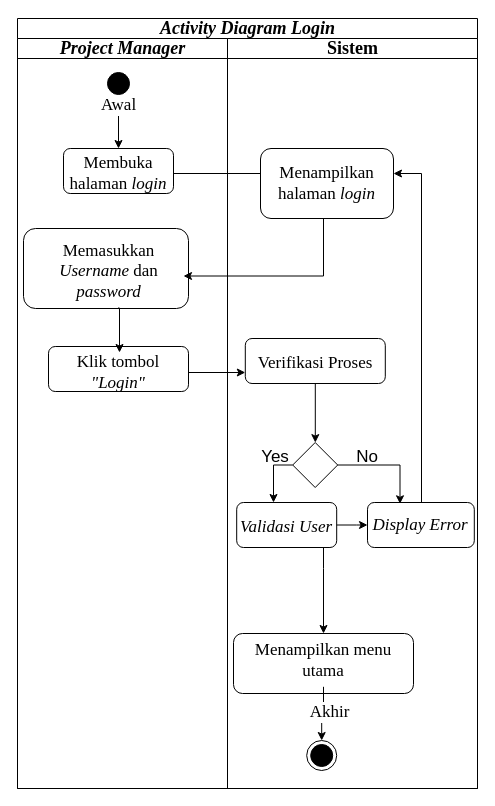
Above: page "Halaman-2" (2 of 17) of Diagram Tanpa Judul.drawio in raldawiyahh/alda-resolusi (draw.io), before the change. Source tidied: cells renumbered, new cells numbered last; positions are measured from the earlier drawing's top-left corner, leaving out a move shared by most shapes. Both pictures are drawn from the tidied source at 100%, with x=0, y=0 at pixel (17, 18).
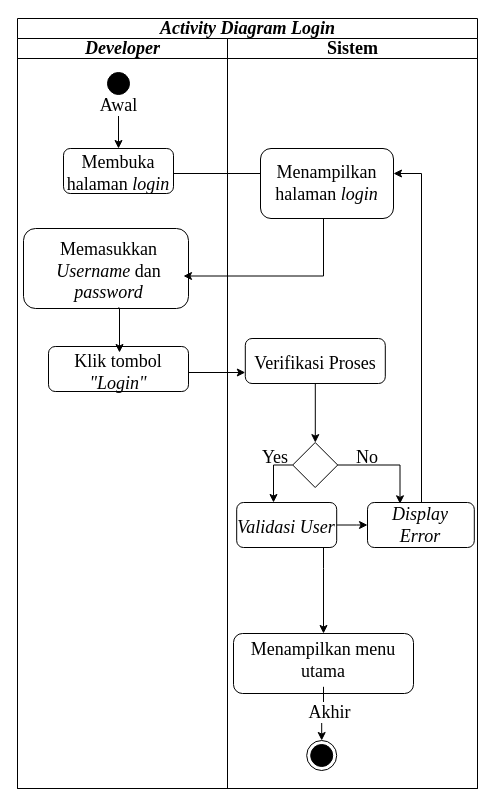
The same page after the edit.

Change to the diagram source:
```diff
@@
-    <mxCell id="2" value="&lt;i style=&quot;&quot;&gt;&lt;font style=&quot;font-size: 18px;&quot;&gt;Activity Diagram Login&lt;/font&gt;&lt;/i&gt;" style="swimlane;startSize=20;html=1;fontSize=16;fontFamily=Times New Roman;" parent="1" vertex="1">
+    <mxCell id="2" value="&lt;i style=&quot;font-size: 18px;&quot;&gt;&lt;font style=&quot;font-size: 18px;&quot;&gt;Activity Diagram Login&lt;/font&gt;&lt;/i&gt;" style="swimlane;startSize=20;html=1;fontSize=18;fontFamily=Times New Roman;" parent="1" vertex="1">
       <mxGeometry width="460" height="770" as="geometry" />
     </mxCell>
-    <mxCell id="3" value="&lt;i style=&quot;&quot;&gt;&lt;font style=&quot;font-size: 18px;&quot;&gt;Project Manager&lt;/font&gt;&lt;br style=&quot;font-size: 15px;&quot;&gt;&lt;/i&gt;" style="swimlane;startSize=20;html=1;fontSize=15;fontFamily=Times New Roman;" parent="2" vertex="1">
+    <mxCell id="3" value="&lt;i style=&quot;font-size: 18px;&quot;&gt;&lt;font style=&quot;font-size: 18px;&quot;&gt;Developer&lt;/font&gt;&lt;br style=&quot;font-size: 18px;&quot;&gt;&lt;/i&gt;" style="swimlane;startSize=20;html=1;fontSize=18;fontFamily=Times New Roman;" parent="2" vertex="1">
       <mxGeometry y="20" width="210" height="750" as="geometry" />
     </mxCell>
-    <mxCell id="4" style="edgeStyle=orthogonalEdgeStyle;rounded=0;jettySize=auto;html=1;entryX=0.5;entryY=0;entryDx=0;entryDy=0;fontSize=17;fontFamily=Times New Roman;" parent="3" edge="1" source="6" target="8">
+    <mxCell id="4" style="edgeStyle=orthogonalEdgeStyle;rounded=0;jettySize=auto;html=1;entryX=0.5;entryY=0;entryDx=0;entryDy=0;fontSize=18;fontFamily=Times New Roman;" parent="3" edge="1" source="6" target="8">
       <mxGeometry relative="1" as="geometry" />
     </mxCell>
-    <mxCell id="5" value="Awal" style="edgeLabel;html=1;align=center;verticalAlign=middle;fontSize=17;fontFamily=Times New Roman;" parent="4" vertex="1">
+    <mxCell id="5" value="Awal" style="edgeLabel;html=1;align=center;verticalAlign=middle;fontSize=18;fontFamily=Times New Roman;" parent="4" vertex="1">
       <mxGeometry x="-0.75" y="-1" relative="1" as="geometry" />
     </mxCell>
-    <mxCell id="6" style="ellipse;html=1;shape=startState;fillColor=#000000;strokeColor=#000000;fontSize=15;fontFamily=Times New Roman;" parent="3" vertex="1">
+    <mxCell id="6" style="ellipse;html=1;shape=startState;fillColor=#000000;strokeColor=#000000;fontSize=18;fontFamily=Times New Roman;" parent="3" vertex="1">
       <mxGeometry x="86" y="30" width="30" height="30" as="geometry" />
     </mxCell>
-    <mxCell id="7" style="group;fontSize=17;fontFamily=Times New Roman;" parent="3" vertex="1">
+    <mxCell id="7" style="group;fontSize=18;fontFamily=Times New Roman;" parent="3" vertex="1">
       <mxGeometry x="46" y="110" width="110" height="45" as="geometry" />
     </mxCell>
-    <mxCell id="8" style="rounded=1;whiteSpace=wrap;html=1;fontSize=17;fontFamily=Times New Roman;" parent="7" vertex="1">
+    <mxCell id="8" style="rounded=1;whiteSpace=wrap;html=1;fontSize=18;fontFamily=Times New Roman;" parent="7" vertex="1">
       <mxGeometry width="110" height="45" as="geometry" />
     </mxCell>
-    <mxCell id="9" value="Membuka halaman &lt;i style=&quot;font-size: 17px;&quot;&gt;login&lt;/i&gt;" style="text;html=1;strokeColor=none;fillColor=none;align=center;verticalAlign=middle;whiteSpace=wrap;rounded=0;fontSize=17;fontFamily=Times New Roman;" parent="7" vertex="1">
+    <mxCell id="9" value="Membuka halaman &lt;i style=&quot;font-size: 18px;&quot;&gt;login&lt;/i&gt;" style="text;html=1;strokeColor=none;fillColor=none;align=center;verticalAlign=middle;whiteSpace=wrap;rounded=0;fontSize=18;fontFamily=Times New Roman;" parent="7" vertex="1">
       <mxGeometry y="5" width="110" height="40" as="geometry" />
     </mxCell>
-    <mxCell id="10" style="group;fontSize=17;fontFamily=Times New Roman;" parent="3" vertex="1">
+    <mxCell id="10" style="group;fontSize=18;fontFamily=Times New Roman;" parent="3" vertex="1">
       <mxGeometry x="6" y="190" width="165" height="80" as="geometry" />
     </mxCell>
-    <mxCell id="11" style="rounded=1;whiteSpace=wrap;html=1;fontSize=17;fontFamily=Times New Roman;" parent="10" vertex="1">
+    <mxCell id="11" style="rounded=1;whiteSpace=wrap;html=1;fontSize=18;fontFamily=Times New Roman;" parent="10" vertex="1">
       <mxGeometry width="165" height="80" as="geometry" />
     </mxCell>
-    <mxCell id="12" style="group;fontSize=17;fontFamily=Times New Roman;" parent="3" vertex="1">
+    <mxCell id="12" style="group;fontSize=18;fontFamily=Times New Roman;" parent="3" vertex="1">
       <mxGeometry x="31" y="308" width="140" height="45" as="geometry" />
     </mxCell>
-    <mxCell id="13" style="rounded=1;whiteSpace=wrap;html=1;fontSize=17;fontFamily=Times New Roman;" parent="12" vertex="1">
+    <mxCell id="13" style="rounded=1;whiteSpace=wrap;html=1;fontSize=18;fontFamily=Times New Roman;" parent="12" vertex="1">
       <mxGeometry width="140" height="45" as="geometry" />
     </mxCell>
-    <mxCell id="14" value="Klik tombol &lt;i style=&quot;font-size: 17px;&quot;&gt;&quot;Login&quot;&lt;/i&gt;" style="text;html=1;strokeColor=none;fillColor=none;align=center;verticalAlign=middle;whiteSpace=wrap;rounded=0;fontSize=17;fontFamily=Times New Roman;" parent="12" vertex="1">
+    <mxCell id="14" value="Klik tombol &lt;i style=&quot;font-size: 18px;&quot;&gt;&quot;Login&quot;&lt;/i&gt;" style="text;html=1;strokeColor=none;fillColor=none;align=center;verticalAlign=middle;whiteSpace=wrap;rounded=0;fontSize=18;fontFamily=Times New Roman;" parent="12" vertex="1">
       <mxGeometry y="6" width="140" height="40" as="geometry" />
     </mxCell>
-    <mxCell id="15" style="edgeStyle=orthogonalEdgeStyle;rounded=0;jettySize=auto;html=1;fontSize=17;fontFamily=Times New Roman;" parent="2" edge="1" source="14" target="27">
+    <mxCell id="15" style="edgeStyle=orthogonalEdgeStyle;rounded=0;jettySize=auto;html=1;fontSize=18;fontFamily=Times New Roman;" parent="2" edge="1" source="14" target="27">
       <mxGeometry relative="1" as="geometry">
         <Array as="points">
           <mxPoint x="246" y="345" />
           <mxPoint x="246" y="345" />
         </Array>
       </mxGeometry>
     </mxCell>
-    <mxCell id="16" style="edgeStyle=orthogonalEdgeStyle;rounded=0;jettySize=auto;html=1;exitX=1;exitY=0.5;exitDx=0;exitDy=0;entryX=0;entryY=0.5;entryDx=0;entryDy=0;fontSize=17;fontFamily=Times New Roman;" parent="2" edge="1" source="9">
+    <mxCell id="16" style="edgeStyle=orthogonalEdgeStyle;rounded=0;jettySize=auto;html=1;exitX=1;exitY=0.5;exitDx=0;exitDy=0;entryX=0;entryY=0.5;entryDx=0;entryDy=0;fontSize=18;fontFamily=Times New Roman;" parent="2" edge="1" source="9">
       <mxGeometry relative="1" as="geometry">
         <mxPoint x="377" y="155" as="targetPoint" />
       </mxGeometry>
     </mxCell>
-    <mxCell id="17" value="&lt;font style=&quot;font-size: 18px;&quot;&gt;Sistem&lt;/font&gt;" style="swimlane;startSize=20;html=1;fontSize=15;fontFamily=Times New Roman;" parent="2" vertex="1">
+    <mxCell id="17" value="&lt;font style=&quot;font-size: 18px;&quot;&gt;Sistem&lt;/font&gt;" style="swimlane;startSize=20;html=1;fontSize=18;fontFamily=Times New Roman;" parent="2" vertex="1">
       <mxGeometry x="210" y="20" width="250" height="750" as="geometry" />
     </mxCell>
-    <mxCell id="18" value="No" style="text;html=1;strokeColor=none;fillColor=none;align=center;verticalAlign=middle;whiteSpace=wrap;rounded=0;fontSize=17;" parent="17" vertex="1">
+    <mxCell id="18" value="No" style="text;html=1;strokeColor=none;fillColor=none;align=center;verticalAlign=middle;whiteSpace=wrap;rounded=0;fontSize=18;fontFamily=Times New Roman;" parent="17" vertex="1">
       <mxGeometry x="110.2" y="404" width="60" height="30" as="geometry" />
     </mxCell>
-    <mxCell id="19" style="group;fontSize=17;fontFamily=Times New Roman;" parent="17" vertex="1">
+    <mxCell id="19" style="group;fontSize=18;fontFamily=Times New Roman;" parent="17" vertex="1">
       <mxGeometry x="6" y="595" width="180" height="60" as="geometry" />
     </mxCell>
-    <mxCell id="20" style="rounded=1;whiteSpace=wrap;html=1;fontSize=17;fontFamily=Times New Roman;" parent="19" vertex="1">
+    <mxCell id="20" style="rounded=1;whiteSpace=wrap;html=1;fontSize=18;fontFamily=Times New Roman;" parent="19" vertex="1">
       <mxGeometry width="180" height="60" as="geometry" />
     </mxCell>
-    <mxCell id="21" value="Menampilkan menu utama" style="text;html=1;strokeColor=none;fillColor=none;align=center;verticalAlign=middle;whiteSpace=wrap;rounded=0;fontSize=17;fontFamily=Times New Roman;" parent="19" vertex="1">
+    <mxCell id="21" value="Menampilkan menu utama" style="text;html=1;strokeColor=none;fillColor=none;align=center;verticalAlign=middle;whiteSpace=wrap;rounded=0;fontSize=18;fontFamily=Times New Roman;" parent="19" vertex="1">
       <mxGeometry width="180" height="53.3" as="geometry" />
     </mxCell>
-    <mxCell id="22" style="group;fontSize=17;fontFamily=Times New Roman;" parent="17" vertex="1">
+    <mxCell id="22" style="group;fontSize=18;fontFamily=Times New Roman;" parent="17" vertex="1">
       <mxGeometry x="-30.8" y="464" width="140" height="45" as="geometry" />
     </mxCell>
-    <mxCell id="23" style="rounded=1;whiteSpace=wrap;html=1;fontSize=17;fontFamily=Times New Roman;" parent="22" vertex="1">
+    <mxCell id="23" style="rounded=1;whiteSpace=wrap;html=1;fontSize=18;fontFamily=Times New Roman;" parent="22" vertex="1">
       <mxGeometry x="40" width="100" height="45" as="geometry" />
     </mxCell>
-    <mxCell id="24" value="&lt;i style=&quot;font-size: 17px;&quot;&gt;Validasi User&lt;/i&gt;" style="text;html=1;strokeColor=none;fillColor=none;align=center;verticalAlign=middle;whiteSpace=wrap;rounded=0;fontSize=17;fontFamily=Times New Roman;" parent="22" vertex="1">
+    <mxCell id="24" value="&lt;i style=&quot;font-size: 18px;&quot;&gt;Validasi User&lt;/i&gt;" style="text;html=1;strokeColor=none;fillColor=none;align=center;verticalAlign=middle;whiteSpace=wrap;rounded=0;fontSize=18;fontFamily=Times New Roman;" parent="22" vertex="1">
       <mxGeometry x="40" y="5" width="100" height="40" as="geometry" />
     </mxCell>
-    <mxCell id="25" style="group;fontSize=17;fontFamily=Times New Roman;" parent="17" vertex="1">
+    <mxCell id="25" style="group;fontSize=18;fontFamily=Times New Roman;" parent="17" vertex="1">
       <mxGeometry x="17.8" y="300" width="140" height="45" as="geometry" />
     </mxCell>
-    <mxCell id="26" style="rounded=1;whiteSpace=wrap;html=1;fontSize=17;fontFamily=Times New Roman;" parent="25" vertex="1">
+    <mxCell id="26" style="rounded=1;whiteSpace=wrap;html=1;fontSize=18;fontFamily=Times New Roman;" parent="25" vertex="1">
       <mxGeometry width="140" height="45" as="geometry" />
     </mxCell>
-    <mxCell id="27" value="Verifikasi Proses" style="text;html=1;strokeColor=none;fillColor=none;align=center;verticalAlign=middle;whiteSpace=wrap;rounded=0;fontSize=17;fontFamily=Times New Roman;" parent="25" vertex="1">
+    <mxCell id="27" value="Verifikasi Proses" style="text;html=1;strokeColor=none;fillColor=none;align=center;verticalAlign=middle;whiteSpace=wrap;rounded=0;fontSize=18;fontFamily=Times New Roman;" parent="25" vertex="1">
       <mxGeometry y="5" width="140" height="40" as="geometry" />
     </mxCell>
-    <mxCell id="28" style="edgeStyle=orthogonalEdgeStyle;rounded=0;jettySize=auto;html=1;fontSize=17;fontFamily=Times New Roman;" parent="17" edge="1" source="29">
+    <mxCell id="28" style="edgeStyle=orthogonalEdgeStyle;rounded=0;jettySize=auto;html=1;fontSize=18;fontFamily=Times New Roman;" parent="17" edge="1" source="29">
       <mxGeometry relative="1" as="geometry">
         <mxPoint x="46" y="464" as="targetPoint" />
         <Array as="points">
           <mxPoint x="46" y="427" />
           <mxPoint x="46" y="464" />
         </Array>
       </mxGeometry>
     </mxCell>
-    <mxCell id="29" style="rhombus;whiteSpace=wrap;html=1;fontSize=17;fontFamily=Times New Roman;" parent="17" vertex="1">
+    <mxCell id="29" style="rhombus;whiteSpace=wrap;html=1;fontSize=18;fontFamily=Times New Roman;" parent="17" vertex="1">
       <mxGeometry x="65.2" y="404" width="45" height="45" as="geometry" />
     </mxCell>
-    <mxCell id="30" style="edgeStyle=orthogonalEdgeStyle;rounded=0;jettySize=auto;html=1;fontSize=17;fontFamily=Times New Roman;" parent="17" edge="1" source="27" target="29">
+    <mxCell id="30" style="edgeStyle=orthogonalEdgeStyle;rounded=0;jettySize=auto;html=1;fontSize=18;fontFamily=Times New Roman;" parent="17" edge="1" source="27" target="29">
       <mxGeometry relative="1" as="geometry">
         <Array as="points">
           <mxPoint x="100.8" y="310" />
           <mxPoint x="100.8" y="310" />
         </Array>
       </mxGeometry>
     </mxCell>
-    <mxCell id="31" style="edgeStyle=orthogonalEdgeStyle;rounded=0;jettySize=auto;html=1;entryX=0.355;entryY=0.03;entryDx=0;entryDy=0;entryPerimeter=0;fontSize=17;fontFamily=Times New Roman;exitX=0;exitY=0.75;exitDx=0;exitDy=0;" parent="17" edge="1" source="18">
+    <mxCell id="31" style="edgeStyle=orthogonalEdgeStyle;rounded=0;jettySize=auto;html=1;entryX=0.355;entryY=0.03;entryDx=0;entryDy=0;entryPerimeter=0;fontSize=18;fontFamily=Times New Roman;exitX=0;exitY=0.75;exitDx=0;exitDy=0;" parent="17" edge="1" source="18">
       <mxGeometry relative="1" as="geometry">
         <mxPoint x="172.5" y="465.3" as="targetPoint" />
         <Array as="points">
           <mxPoint x="173" y="426" />
         </Array>
       </mxGeometry>
     </mxCell>
-    <mxCell id="32" style="edgeStyle=orthogonalEdgeStyle;rounded=0;orthogonalLoop=1;jettySize=auto;html=1;entryX=1;entryY=0.5;entryDx=0;entryDy=0;fontSize=17;fontFamily=Times New Roman;exitX=0.325;exitY=0.025;exitDx=0;exitDy=0;exitPerimeter=0;" parent="17" edge="1">
+    <mxCell id="32" style="edgeStyle=orthogonalEdgeStyle;rounded=0;orthogonalLoop=1;jettySize=auto;html=1;entryX=1;entryY=0.5;entryDx=0;entryDy=0;fontSize=18;fontFamily=Times New Roman;exitX=0.325;exitY=0.025;exitDx=0;exitDy=0;exitPerimeter=0;" parent="17" edge="1">
       <mxGeometry relative="1" as="geometry">
         <mxPoint x="189.2" y="470" as="sourcePoint" />
         <mxPoint x="166" y="135" as="targetPoint" />
         <Array as="points">
           <mxPoint x="194" y="470" />
           <mxPoint x="194" y="135" />
         </Array>
       </mxGeometry>
     </mxCell>
-    <mxCell id="33" style="ellipse;html=1;shape=endState;fillColor=#000000;strokeColor=#000000;fontSize=15;fontFamily=Times New Roman;" parent="17" vertex="1">
+    <mxCell id="33" style="ellipse;html=1;shape=endState;fillColor=#000000;strokeColor=#000000;fontSize=18;fontFamily=Times New Roman;" parent="17" vertex="1">
       <mxGeometry x="79.2" y="702" width="30" height="30" as="geometry" />
     </mxCell>
-    <mxCell id="34" style="edgeStyle=orthogonalEdgeStyle;rounded=0;jettySize=auto;html=1;fontSize=17;fontFamily=Times New Roman;" parent="17" edge="1" source="21" target="33">
+    <mxCell id="34" style="edgeStyle=orthogonalEdgeStyle;rounded=0;jettySize=auto;html=1;fontSize=18;fontFamily=Times New Roman;" parent="17" edge="1" source="21" target="33">
       <mxGeometry relative="1" as="geometry" />
     </mxCell>
-    <mxCell id="35" value="Akhir" style="edgeLabel;html=1;align=center;verticalAlign=middle;fontSize=17;fontFamily=Times New Roman;" parent="34" vertex="1">
+    <mxCell id="35" value="Akhir" style="edgeLabel;html=1;align=center;verticalAlign=middle;fontSize=18;fontFamily=Times New Roman;" parent="34" vertex="1">
       <mxGeometry x="-0.27" y="5" relative="1" as="geometry">
         <mxPoint y="5" as="offset" />
       </mxGeometry>
     </mxCell>
-    <mxCell id="36" style="edgeStyle=orthogonalEdgeStyle;rounded=0;jettySize=auto;html=1;fontSize=17;fontFamily=Times New Roman;" parent="17" edge="1" source="24" target="21">
+    <mxCell id="36" style="edgeStyle=orthogonalEdgeStyle;rounded=0;jettySize=auto;html=1;fontSize=18;fontFamily=Times New Roman;" parent="17" edge="1" source="24" target="21">
       <mxGeometry relative="1" as="geometry">
         <Array as="points">
           <mxPoint x="96" y="530" />
           <mxPoint x="96" y="530" />
         </Array>
       </mxGeometry>
     </mxCell>
-    <mxCell id="37" value="Yes" style="text;html=1;strokeColor=none;fillColor=none;align=center;verticalAlign=middle;whiteSpace=wrap;rounded=0;fontSize=17;" parent="17" vertex="1">
+    <mxCell id="37" value="Yes" style="text;html=1;strokeColor=none;fillColor=none;align=center;verticalAlign=middle;whiteSpace=wrap;rounded=0;fontSize=18;fontFamily=Times New Roman;" parent="17" vertex="1">
       <mxGeometry x="17.8" y="404" width="60" height="30" as="geometry" />
     </mxCell>
-    <mxCell id="38" style="rounded=1;whiteSpace=wrap;html=1;fontSize=17;fontFamily=Times New Roman;" parent="17" vertex="1">
+    <mxCell id="38" style="rounded=1;whiteSpace=wrap;html=1;fontSize=18;fontFamily=Times New Roman;" parent="17" vertex="1">
       <mxGeometry x="33" y="110" width="133" height="70" as="geometry" />
     </mxCell>
-    <mxCell id="39" value="Menampilkan halaman &lt;i style=&quot;font-size: 17px;&quot;&gt;login&lt;/i&gt;" style="text;html=1;strokeColor=none;fillColor=none;align=center;verticalAlign=middle;whiteSpace=wrap;rounded=0;fontSize=17;fontFamily=Times New Roman;" parent="17" vertex="1">
+    <mxCell id="39" value="Menampilkan halaman &lt;i style=&quot;font-size: 18px;&quot;&gt;login&lt;/i&gt;" style="text;html=1;strokeColor=none;fillColor=none;align=center;verticalAlign=middle;whiteSpace=wrap;rounded=0;fontSize=18;fontFamily=Times New Roman;" parent="17" vertex="1">
       <mxGeometry x="33" y="110" width="133" height="70" as="geometry" />
     </mxCell>
-    <mxCell id="40" style="edgeStyle=orthogonalEdgeStyle;rounded=0;jettySize=auto;html=1;entryX=1;entryY=0.5;entryDx=0;entryDy=0;fontSize=17;fontFamily=Times New Roman;exitX=0.5;exitY=1;exitDx=0;exitDy=0;" parent="17" edge="1" source="39">
+    <mxCell id="40" style="edgeStyle=orthogonalEdgeStyle;rounded=0;jettySize=auto;html=1;entryX=1;entryY=0.5;entryDx=0;entryDy=0;fontSize=18;fontFamily=Times New Roman;exitX=0.5;exitY=1;exitDx=0;exitDy=0;" parent="17" edge="1" source="39">
       <mxGeometry relative="1" as="geometry">
         <mxPoint x="-44" y="237.5" as="targetPoint" />
         <Array as="points">
           <mxPoint x="96" y="180" />
           <mxPoint x="96" y="238" />
         </Array>
       </mxGeometry>
     </mxCell>
-    <mxCell id="41" style="edgeStyle=orthogonalEdgeStyle;rounded=0;jettySize=auto;html=1;entryX=0;entryY=0.5;entryDx=0;entryDy=0;" parent="17" edge="1" source="24" target="42">
+    <mxCell id="41" style="edgeStyle=orthogonalEdgeStyle;rounded=0;jettySize=auto;html=1;entryX=0;entryY=0.5;entryDx=0;entryDy=0;fontFamily=Times New Roman;fontSize=18;" parent="17" edge="1" source="24" target="42">
       <mxGeometry relative="1" as="geometry">
         <Array as="points">
           <mxPoint x="129" y="487" />
         </Array>
       </mxGeometry>
     </mxCell>
-    <mxCell id="42" style="rounded=1;whiteSpace=wrap;html=1;fontSize=17;fontFamily=Times New Roman;" parent="17" vertex="1">
+    <mxCell id="42" style="rounded=1;whiteSpace=wrap;html=1;fontSize=18;fontFamily=Times New Roman;" parent="17" vertex="1">
       <mxGeometry x="140" y="464" width="106.8" height="45" as="geometry" />
     </mxCell>
-    <mxCell id="43" value="&lt;i style=&quot;font-size: 17px;&quot;&gt;Display Error&lt;/i&gt;" style="text;html=1;strokeColor=none;fillColor=none;align=center;verticalAlign=middle;whiteSpace=wrap;rounded=0;fontSize=17;fontFamily=Times New Roman;" parent="17" vertex="1">
+    <mxCell id="43" value="&lt;i style=&quot;font-size: 18px;&quot;&gt;Display Error&lt;/i&gt;" style="text;html=1;strokeColor=none;fillColor=none;align=center;verticalAlign=middle;whiteSpace=wrap;rounded=0;fontSize=18;fontFamily=Times New Roman;" parent="17" vertex="1">
       <mxGeometry x="143.4" y="466.5" width="100" height="40" as="geometry" />
     </mxCell>
-    <mxCell id="44" value="Memasukkan &lt;i style=&quot;font-size: 17px;&quot;&gt;Username &lt;/i&gt;dan &lt;i style=&quot;font-size: 17px;&quot;&gt;password&lt;/i&gt;" style="text;html=1;strokeColor=none;fillColor=none;align=center;verticalAlign=middle;whiteSpace=wrap;rounded=0;fontSize=17;fontFamily=Times New Roman;" parent="1" vertex="1">
+    <mxCell id="44" value="Memasukkan &lt;i style=&quot;font-size: 18px;&quot;&gt;Username &lt;/i&gt;dan &lt;i style=&quot;font-size: 18px;&quot;&gt;password&lt;/i&gt;" style="text;html=1;strokeColor=none;fillColor=none;align=center;verticalAlign=middle;whiteSpace=wrap;rounded=0;fontSize=18;fontFamily=Times New Roman;" parent="1" vertex="1">
       <mxGeometry x="12" y="215" width="159" height="75" as="geometry" />
     </mxCell>
-    <mxCell id="45" style="edgeStyle=orthogonalEdgeStyle;rounded=0;jettySize=auto;html=1;fontSize=17;fontFamily=Times New Roman;exitX=0.557;exitY=0.993;exitDx=0;exitDy=0;exitPerimeter=0;" parent="1" edge="1" source="44" target="14">
+    <mxCell id="45" style="edgeStyle=orthogonalEdgeStyle;rounded=0;jettySize=auto;html=1;fontSize=18;fontFamily=Times New Roman;exitX=0.557;exitY=0.993;exitDx=0;exitDy=0;exitPerimeter=0;" parent="1" edge="1" source="44" target="14">
       <mxGeometry relative="1" as="geometry">
         <Array as="points">
           <mxPoint x="102" y="290" />
         </Array>
       </mxGeometry>
     </mxCell>
```
